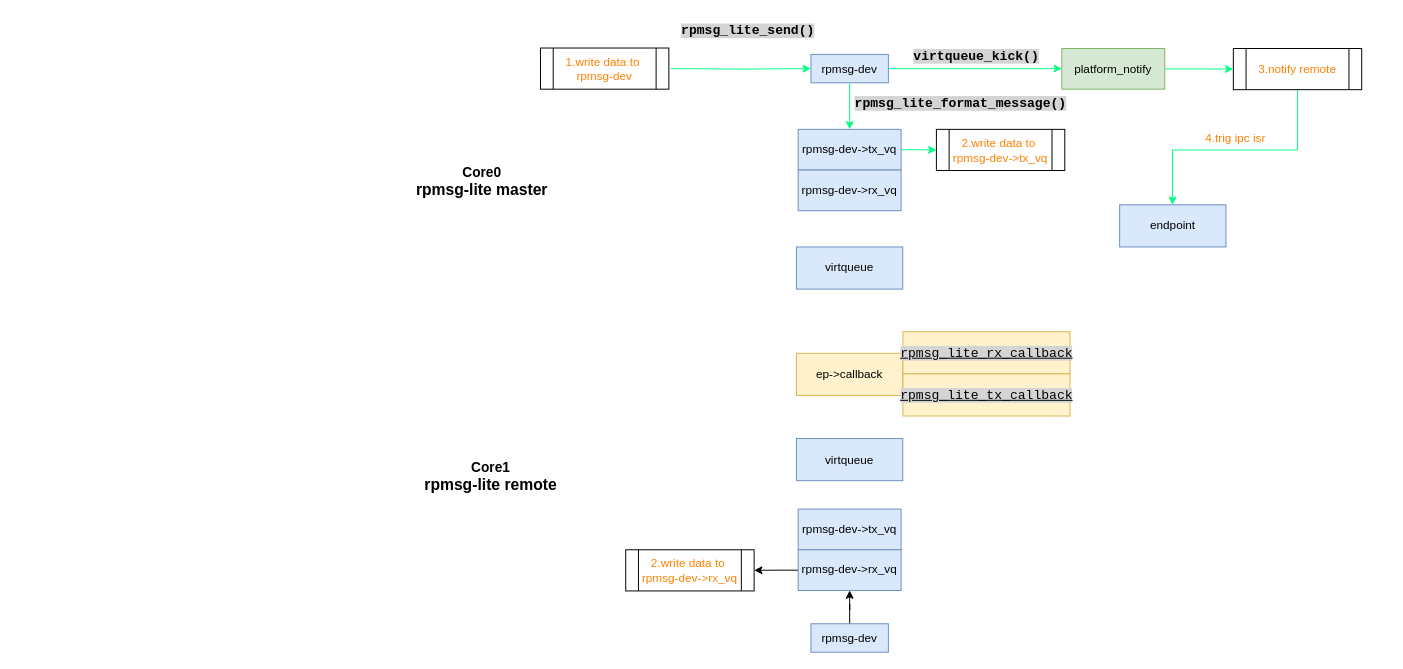
Before: 未命名绘图.drawio in kurisaW/Graph_Store, a draw.io diagram. Source tidied: cells renumbered, new cells numbered last; positions are measured from the earlier drawing's top-left corner, leaving out a move shared by most shapes. Both pictures are drawn from the tidied source at 98%, with x=0, y=0 at pixel (407, 17).
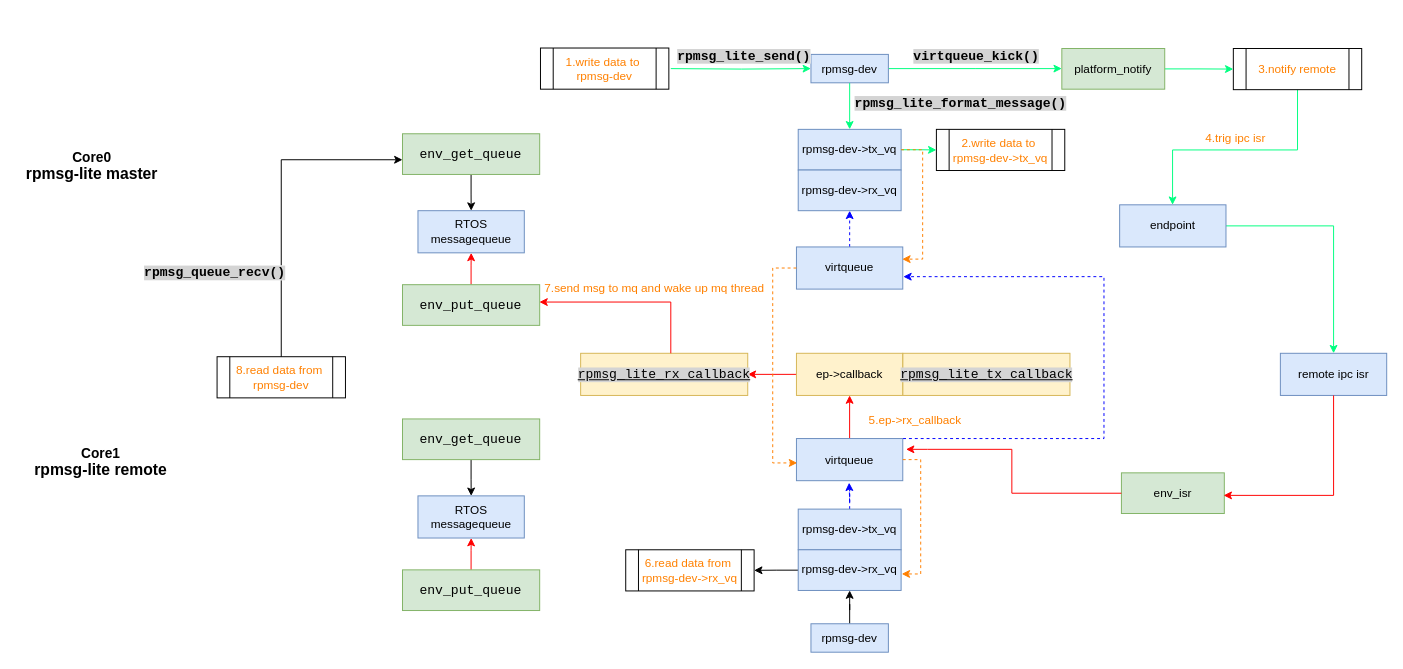
After the change.

Commit message (it also covers changes not shown here):
更新未命名绘图.drawio

The change refers to these unchanged cells:
```xml
<mxCell id="9" value="rpmsg-dev-&amp;gt;tx_vq" style="whiteSpace=wrap;html=1;fillColor=#dae8fc;strokeColor=#6c8ebf;" parent="1" vertex="1">
  <mxGeometry x="399" y="114.5" width="105" height="41.5" as="geometry" />
</mxCell>
<mxCell id="12" value="rpmsg-dev-&amp;gt;rx_vq" style="whiteSpace=wrap;html=1;fillColor=#dae8fc;strokeColor=#6c8ebf;" parent="1" vertex="1">
  <mxGeometry x="399" y="156" width="105" height="41.5" as="geometry" />
</mxCell>
<mxCell id="16" value="virtqueue" style="whiteSpace=wrap;html=1;fillColor=#dae8fc;strokeColor=#6c8ebf;" parent="1" vertex="1">
  <mxGeometry x="397.2" y="234.5" width="108.5" height="43" as="geometry" />
</mxCell>
<mxCell id="21" value="endpoint" style="whiteSpace=wrap;html=1;fillColor=#dae8fc;strokeColor=#6c8ebf;" parent="1" vertex="1">
  <mxGeometry x="727" y="191.5" width="108.5" height="43" as="geometry" />
</mxCell>
<mxCell id="23" value="ep-&amp;gt;callback" style="whiteSpace=wrap;html=1;fillColor=#fff2cc;strokeColor=#d6b656;" parent="1" vertex="1">
  <mxGeometry x="397.2" y="343" width="108.5" height="43" as="geometry" />
</mxCell>
<mxCell id="28" value="rpmsg-dev-&amp;gt;tx_vq" style="whiteSpace=wrap;html=1;fillColor=#dae8fc;strokeColor=#6c8ebf;" parent="1" vertex="1">
  <mxGeometry x="399" y="502" width="105" height="41.5" as="geometry" />
</mxCell>
<mxCell id="30" value="rpmsg-dev-&amp;gt;rx_vq" style="whiteSpace=wrap;html=1;fillColor=#dae8fc;strokeColor=#6c8ebf;" parent="1" vertex="1">
  <mxGeometry x="399" y="543.5" width="105" height="41.5" as="geometry" />
</mxCell>
<mxCell id="31" value="virtqueue" style="whiteSpace=wrap;html=1;fillColor=#dae8fc;strokeColor=#6c8ebf;" parent="1" vertex="1">
  <mxGeometry x="397.2" y="430" width="108.5" height="43" as="geometry" />
</mxCell>
```

The edit, as a diff of the source:
```diff
@@
     <mxCell id="2" value="&lt;font style=&quot;font-size: 14px;&quot;&gt;&lt;b&gt;Core0&lt;/b&gt;&lt;/font&gt;&lt;div&gt;&lt;font size=&quot;3&quot;&gt;&lt;b&gt;rpmsg-lite master&lt;/b&gt;&lt;/font&gt;&lt;/div&gt;" style="text;html=1;align=center;verticalAlign=middle;strokeColor=none;fillColor=none;" parent="1" vertex="1">
-      <mxGeometry y="143.5" width="152" height="48" as="geometry" />
+      <mxGeometry x="-398" y="128" width="152" height="48" as="geometry" />
     </mxCell>
     <mxCell id="3" value="&lt;font style=&quot;font-size: 14px;&quot;&gt;&lt;b&gt;Core1&lt;/b&gt;&lt;/font&gt;&lt;div&gt;&lt;font size=&quot;3&quot;&gt;&lt;b&gt;rpmsg-lite remote&lt;/b&gt;&lt;/font&gt;&lt;/div&gt;" style="text;html=1;align=center;verticalAlign=middle;strokeColor=none;fillColor=none;" parent="1" vertex="1">
-      <mxGeometry x="8" y="445" width="153" height="48" as="geometry" />
+      <mxGeometry x="-390" y="429.5" width="153" height="48" as="geometry" />
     </mxCell>
@@
     <mxCell id="11" value="&lt;span style=&quot;background-color:#ffffff;padding:0px 0px 0px 2px;&quot;&gt;&lt;span style=&quot;color:#000000;background-color:#ffffff;font-family:&amp;quot;Consolas&amp;quot;;font-size:10pt;white-space:pre;&quot;&gt;&lt;span style=&quot;color:#000000;&quot;&gt;&lt;/span&gt;&lt;span style=&quot;color:#000000;background-color:#d4d4d4;font-weight:bold;&quot;&gt;rpmsg_lite_send()&lt;/span&gt;&lt;/span&gt;&lt;/span&gt;" style="text;whiteSpace=wrap;html=1;" parent="1" vertex="1">
-      <mxGeometry x="276" width="140" height="38" as="geometry" />
+      <mxGeometry x="272" y="25.5" width="140" height="38" as="geometry" />
     </mxCell>
@@
+    <mxCell id="33" style="edgeStyle=orthogonalEdgeStyle;rounded=0;jettySize=auto;html=1;dashed=1;strokeColor=#0000FF;" parent="1" edge="1" source="16" target="12">
+      <mxGeometry relative="1" as="geometry" />
+    </mxCell>
@@
+    <mxCell id="34" style="edgeStyle=orthogonalEdgeStyle;rounded=0;jettySize=auto;html=1;strokeColor=#00FF80;" parent="1" edge="1" source="21" target="38">
+      <mxGeometry relative="1" as="geometry" />
+    </mxCell>
@@
+    <mxCell id="35" style="edgeStyle=orthogonalEdgeStyle;rounded=0;jettySize=auto;html=1;strokeColor=#FF0000;" parent="1" edge="1" source="23" target="42">
+      <mxGeometry relative="1" as="geometry" />
+    </mxCell>
@@
-    <mxCell id="24" value="&lt;span style=&quot;font-family: Consolas; font-size: 13.3333px; white-space: pre; background-color: rgb(212, 212, 212); text-decoration-line: underline;&quot;&gt;rpmsg_lite_rx_callback&lt;/span&gt;" style="whiteSpace=wrap;html=1;fillColor=#fff2cc;strokeColor=#d6b656;" parent="1" vertex="1">
-      <mxGeometry x="505.8" y="321" width="170.5" height="43" as="geometry" />
+    <mxCell id="24" value="&lt;span style=&quot;font-family: Consolas; font-size: 13.3333px; white-space: pre; background-color: rgb(212, 212, 212); text-decoration-line: underline;&quot;&gt;rpmsg_lite_tx_callback&lt;/span&gt;" style="whiteSpace=wrap;html=1;fillColor=#fff2cc;strokeColor=#d6b656;" parent="1" vertex="1">
+      <mxGeometry x="505.8" y="343" width="170.5" height="43" as="geometry" />
     </mxCell>
-    <mxCell id="25" value="&lt;span style=&quot;font-family: Consolas; font-size: 13.3333px; white-space: pre; background-color: rgb(212, 212, 212); text-decoration-line: underline;&quot;&gt;rpmsg_lite_tx_callback&lt;/span&gt;" style="whiteSpace=wrap;html=1;fillColor=#fff2cc;strokeColor=#d6b656;" parent="1" vertex="1">
-      <mxGeometry x="505.8" y="364" width="170.5" height="43" as="geometry" />
-    </mxCell>
@@
+    <mxCell id="36" style="edgeStyle=orthogonalEdgeStyle;rounded=0;jettySize=auto;html=1;strokeColor=#0000FF;dashed=1;" parent="1" edge="1" source="28">
+      <mxGeometry relative="1" as="geometry">
+        <mxPoint x="451" y="475" as="targetPoint" />
+      </mxGeometry>
+    </mxCell>
@@
+    <mxCell id="37" style="edgeStyle=orthogonalEdgeStyle;rounded=0;jettySize=auto;html=1;strokeColor=#FF0000;" parent="1" edge="1" source="31" target="23">
+      <mxGeometry relative="1" as="geometry" />
+    </mxCell>
@@
-    <mxCell id="32" value="&lt;span style=&quot;text-wrap-mode: nowrap;&quot;&gt;&lt;font color=&quot;#ff8000&quot;&gt;2.write data to&amp;nbsp;&lt;/font&gt;&lt;/span&gt;&lt;div style=&quot;text-wrap-mode: nowrap;&quot;&gt;&lt;font color=&quot;#ff8000&quot;&gt;rpmsg-dev-&amp;gt;rx_vq&lt;/font&gt;&lt;/div&gt;" style="shape=process;whiteSpace=wrap;html=1;backgroundOutline=1;" parent="1" vertex="1">
+    <mxCell id="32" value="&lt;span style=&quot;text-wrap-mode: nowrap;&quot;&gt;&lt;font color=&quot;#ff8000&quot;&gt;6.read data from&amp;nbsp;&lt;/font&gt;&lt;/span&gt;&lt;div style=&quot;text-wrap-mode: nowrap;&quot;&gt;&lt;font color=&quot;#ff8000&quot;&gt;rpmsg-dev-&amp;gt;rx_vq&lt;/font&gt;&lt;/div&gt;" style="shape=process;whiteSpace=wrap;html=1;backgroundOutline=1;" parent="1" vertex="1">
       <mxGeometry x="223" y="543.5" width="131" height="42" as="geometry" />
     </mxCell>
+    <mxCell id="38" value="remote ipc isr" style="whiteSpace=wrap;html=1;fillColor=#dae8fc;strokeColor=#6c8ebf;" parent="1" vertex="1">
+      <mxGeometry x="891" y="343" width="108.5" height="43" as="geometry" />
+    </mxCell>
+    <mxCell id="39" value="env_isr" style="whiteSpace=wrap;html=1;fillColor=#d5e8d4;strokeColor=#82b366;" parent="1" vertex="1">
+      <mxGeometry x="728.8" y="465" width="105" height="41.5" as="geometry" />
+    </mxCell>
+    <mxCell id="40" style="edgeStyle=orthogonalEdgeStyle;rounded=0;jettySize=auto;html=1;entryX=0.993;entryY=0.554;entryDx=0;entryDy=0;entryPerimeter=0;strokeColor=#FF0000;" parent="1" edge="1" source="38" target="39">
+      <mxGeometry relative="1" as="geometry">
+        <Array as="points">
+          <mxPoint x="945" y="488" />
+        </Array>
+      </mxGeometry>
+    </mxCell>
+    <mxCell id="41" style="edgeStyle=orthogonalEdgeStyle;rounded=0;jettySize=auto;html=1;strokeColor=#FF0000;" parent="1" edge="1" source="39">
+      <mxGeometry relative="1" as="geometry">
+        <mxPoint x="509" y="441" as="targetPoint" />
+        <Array as="points">
+          <mxPoint x="617" y="486" />
+          <mxPoint x="617" y="441" />
+          <mxPoint x="531" y="441" />
+        </Array>
+      </mxGeometry>
+    </mxCell>
+    <mxCell id="42" value="&lt;span style=&quot;font-family: Consolas; font-size: 13.3333px; white-space: pre; background-color: rgb(212, 212, 212); text-decoration-line: underline;&quot;&gt;rpmsg_lite_rx_callback&lt;/span&gt;" style="whiteSpace=wrap;html=1;fillColor=#fff2cc;strokeColor=#d6b656;" parent="1" vertex="1">
+      <mxGeometry x="177" y="343" width="170.5" height="43" as="geometry" />
+    </mxCell>
+    <mxCell id="43" value="&lt;font color=&quot;#ff8000&quot;&gt;5.ep-&amp;gt;rx_callback&lt;/font&gt;" style="text;html=1;align=center;verticalAlign=middle;strokeColor=none;fillColor=none;" parent="1" vertex="1">
+      <mxGeometry x="462" y="399" width="112" height="26" as="geometry" />
+    </mxCell>
+    <mxCell id="44" style="edgeStyle=orthogonalEdgeStyle;rounded=0;jettySize=auto;html=1;entryX=0.995;entryY=0.289;entryDx=0;entryDy=0;entryPerimeter=0;strokeColor=#FF8000;dashed=1;" parent="1" edge="1" source="9" target="16">
+      <mxGeometry relative="1" as="geometry">
+        <Array as="points">
+          <mxPoint x="526" y="135" />
+          <mxPoint x="526" y="247" />
+        </Array>
+      </mxGeometry>
+    </mxCell>
+    <mxCell id="45" style="edgeStyle=orthogonalEdgeStyle;rounded=0;jettySize=auto;html=1;entryX=0.007;entryY=0.578;entryDx=0;entryDy=0;entryPerimeter=0;dashed=1;strokeColor=#FF8000;" parent="1" edge="1" source="16" target="31">
+      <mxGeometry relative="1" as="geometry">
+        <Array as="points">
+          <mxPoint x="373" y="256" />
+          <mxPoint x="373" y="455" />
+        </Array>
+      </mxGeometry>
+    </mxCell>
+    <mxCell id="46" style="edgeStyle=orthogonalEdgeStyle;rounded=0;jettySize=auto;html=1;entryX=1.006;entryY=0.594;entryDx=0;entryDy=0;entryPerimeter=0;strokeColor=#FF8000;dashed=1;" parent="1" edge="1" source="31" target="30">
+      <mxGeometry relative="1" as="geometry">
+        <Array as="points">
+          <mxPoint x="524" y="452" />
+          <mxPoint x="524" y="568" />
+        </Array>
+      </mxGeometry>
+    </mxCell>
+    <mxCell id="47" style="edgeStyle=orthogonalEdgeStyle;rounded=0;jettySize=auto;html=1;entryX=1.005;entryY=0.705;entryDx=0;entryDy=0;entryPerimeter=0;dashed=1;strokeColor=#0000FF;" parent="1" edge="1" target="16">
+      <mxGeometry relative="1" as="geometry">
+        <mxPoint x="506" y="430" as="sourcePoint" />
+        <Array as="points">
+          <mxPoint x="711" y="430" />
+          <mxPoint x="711" y="265" />
+        </Array>
+      </mxGeometry>
+    </mxCell>
+    <mxCell id="48" value="RTOS messagequeue" style="whiteSpace=wrap;html=1;fillColor=#dae8fc;strokeColor=#6c8ebf;" parent="1" vertex="1">
+      <mxGeometry x="11" y="197.5" width="108.5" height="43" as="geometry" />
+    </mxCell>
+    <mxCell id="49" style="edgeStyle=orthogonalEdgeStyle;rounded=0;jettySize=auto;html=1;strokeColor=#FF0000;" parent="1" edge="1" source="50" target="48">
+      <mxGeometry relative="1" as="geometry" />
+    </mxCell>
+    <mxCell id="50" value="&lt;span style=&quot;font-family: Consolas; font-size: 13.3333px; text-align: left; white-space: pre;&quot;&gt;env_put_queue&lt;/span&gt;" style="whiteSpace=wrap;html=1;fillColor=#d5e8d4;strokeColor=#82b366;" parent="1" vertex="1">
+      <mxGeometry x="-4.8" y="273" width="140" height="41.5" as="geometry" />
+    </mxCell>
+    <mxCell id="51" style="edgeStyle=orthogonalEdgeStyle;rounded=0;jettySize=auto;html=1;entryX=0.998;entryY=0.427;entryDx=0;entryDy=0;entryPerimeter=0;strokeColor=#FF0000;" parent="1" edge="1" source="42" target="50">
+      <mxGeometry relative="1" as="geometry">
+        <Array as="points">
+          <mxPoint x="269" y="291" />
+        </Array>
+      </mxGeometry>
+    </mxCell>
+    <mxCell id="52" style="edgeStyle=orthogonalEdgeStyle;rounded=0;jettySize=auto;html=1;" parent="1" edge="1" source="53" target="48">
+      <mxGeometry relative="1" as="geometry" />
+    </mxCell>
+    <mxCell id="53" value="&lt;span style=&quot;font-family: Consolas; font-size: 13.3333px; text-align: left; white-space: pre;&quot;&gt;env_get_queue&lt;/span&gt;" style="whiteSpace=wrap;html=1;fillColor=#d5e8d4;strokeColor=#82b366;" parent="1" vertex="1">
+      <mxGeometry x="-4.8" y="119" width="140" height="41.5" as="geometry" />
+    </mxCell>
+    <mxCell id="54" value="&lt;font color=&quot;#ff8000&quot;&gt;7.send msg to mq and wake up mq thread&lt;/font&gt;" style="text;html=1;align=center;verticalAlign=middle;strokeColor=none;fillColor=none;" parent="1" vertex="1">
+      <mxGeometry x="131" y="264" width="242" height="26" as="geometry" />
+    </mxCell>
+    <mxCell id="55" value="RTOS messagequeue" style="whiteSpace=wrap;html=1;fillColor=#dae8fc;strokeColor=#6c8ebf;" parent="1" vertex="1">
+      <mxGeometry x="11" y="488.5" width="108.5" height="43" as="geometry" />
+    </mxCell>
+    <mxCell id="56" style="edgeStyle=orthogonalEdgeStyle;rounded=0;jettySize=auto;html=1;strokeColor=#FF0000;" parent="1" edge="1" source="57" target="55">
+      <mxGeometry relative="1" as="geometry" />
+    </mxCell>
+    <mxCell id="57" value="&lt;span style=&quot;font-family: Consolas; font-size: 13.3333px; text-align: left; white-space: pre;&quot;&gt;env_put_queue&lt;/span&gt;" style="whiteSpace=wrap;html=1;fillColor=#d5e8d4;strokeColor=#82b366;" parent="1" vertex="1">
+      <mxGeometry x="-4.8" y="564" width="140" height="41.5" as="geometry" />
+    </mxCell>
+    <mxCell id="58" style="edgeStyle=orthogonalEdgeStyle;rounded=0;jettySize=auto;html=1;" parent="1" edge="1" source="59" target="55">
+      <mxGeometry relative="1" as="geometry" />
+    </mxCell>
+    <mxCell id="59" value="&lt;span style=&quot;font-family: Consolas; font-size: 13.3333px; text-align: left; white-space: pre;&quot;&gt;env_get_queue&lt;/span&gt;" style="whiteSpace=wrap;html=1;fillColor=#d5e8d4;strokeColor=#82b366;" parent="1" vertex="1">
+      <mxGeometry x="-4.8" y="410" width="140" height="41.5" as="geometry" />
+    </mxCell>
+    <mxCell id="60" value="&lt;font color=&quot;#ff8000&quot;&gt;8.read data from&amp;nbsp;&lt;/font&gt;&lt;div&gt;&lt;font color=&quot;#ff8000&quot;&gt;rpmsg-dev&lt;/font&gt;&lt;/div&gt;" style="shape=process;whiteSpace=wrap;html=1;backgroundOutline=1;" parent="1" vertex="1">
+      <mxGeometry x="-194" y="346.5" width="131" height="42" as="geometry" />
+    </mxCell>
+    <mxCell id="61" style="edgeStyle=orthogonalEdgeStyle;rounded=0;jettySize=auto;html=1;entryX=0;entryY=0.639;entryDx=0;entryDy=0;entryPerimeter=0;" parent="1" edge="1" source="60" target="53">
+      <mxGeometry relative="1" as="geometry">
+        <Array as="points">
+          <mxPoint x="-128" y="145.5" />
+        </Array>
+      </mxGeometry>
+    </mxCell>
+    <mxCell id="62" value="&lt;span style=&quot;background-color:#ffffff;padding:0px 0px 0px 2px;&quot;&gt;&lt;span style=&quot;color:#000000;background-color:#ffffff;font-family:&amp;quot;Consolas&amp;quot;;font-size:10pt;white-space:pre;&quot;&gt;&lt;span style=&quot;color:#000000;&quot;&gt;&lt;/span&gt;&lt;span style=&quot;color:#000000;background-color:#d4d4d4;font-weight:bold;&quot;&gt;rpmsg_queue_recv()&lt;/span&gt;&lt;/span&gt;&lt;/span&gt;" style="text;whiteSpace=wrap;html=1;" parent="1" vertex="1">
+      <mxGeometry x="-272" y="246.5" width="147" height="38" as="geometry" />
+    </mxCell>
```
